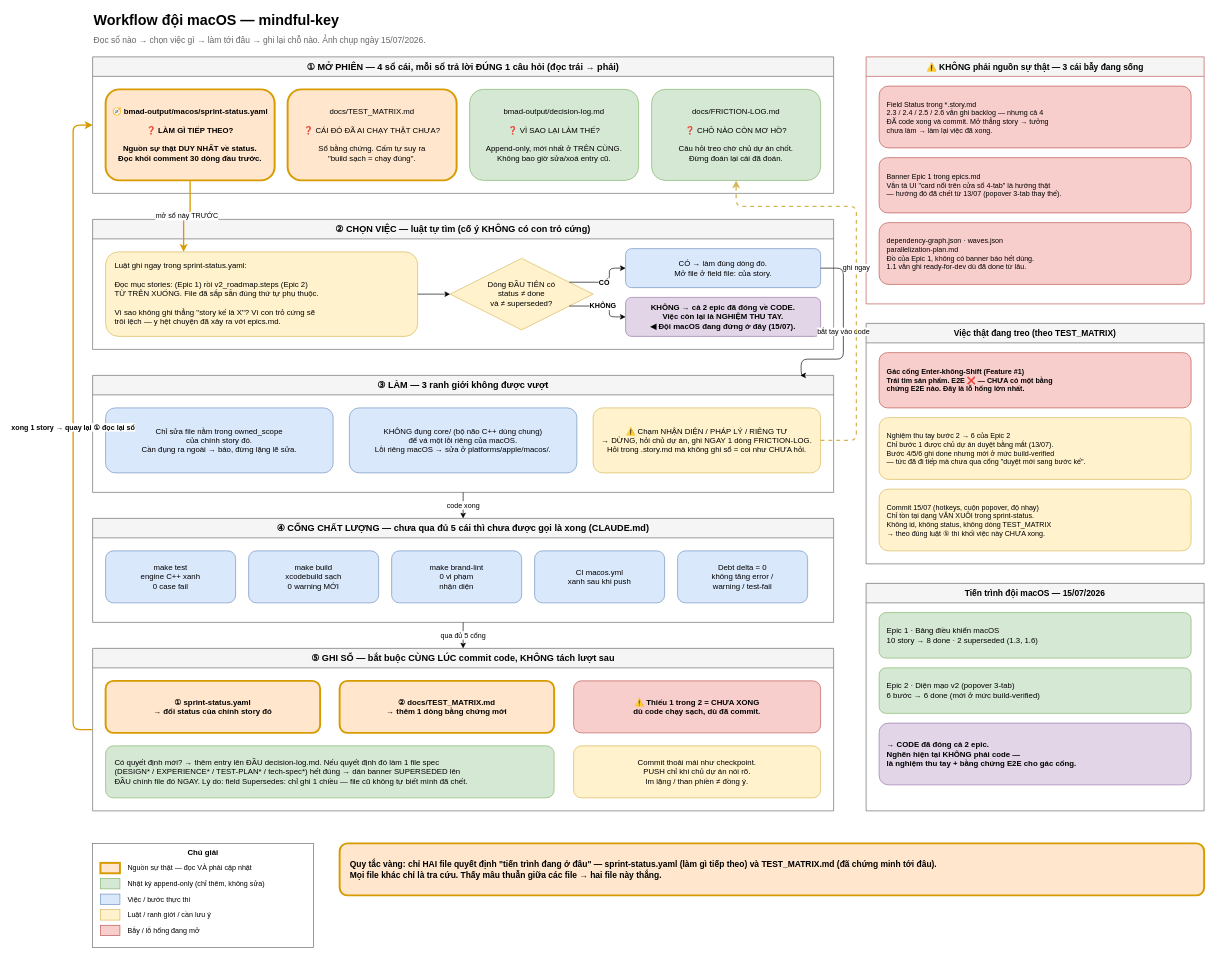
theminh207/mindful-key keeps this draw.io diagram as docs/diagrams/workflow-macos-team.drawio. Above is the earlier version. Source tidied: cells renumbered, new cells numbered last; positions are measured from the earlier drawing's top-left corner, leaving out a move shared by most shapes. Both pictures are drawn from the tidied source at 65%, with x=0, y=0 at pixel (73, 11).
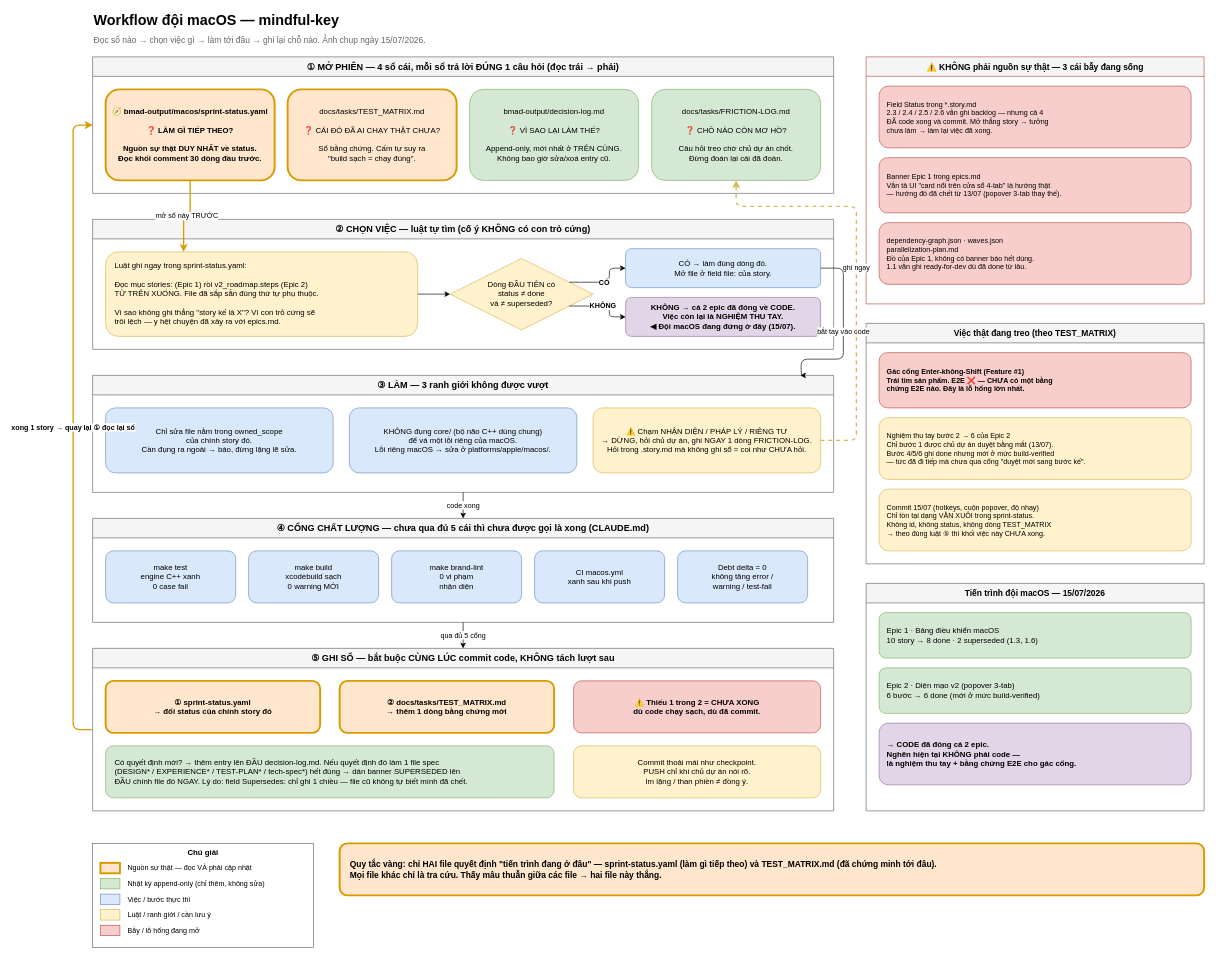
After the change.

Unchanged cells that the change refers to:
```xml
<mxCell id="4" value="① MỞ PHIÊN — 4 sổ cái, mỗi sổ trả lời ĐÚNG 1 câu hỏi (đọc trái → phải)" style="swimlane;startSize=30;whiteSpace=wrap;html=1;fillColor=#f5f5f5;strokeColor=#666666;fontStyle=1;fontSize=14;" parent="1" vertex="1">
  <mxGeometry x="30" y="70" width="1140" height="210" as="geometry" />
</mxCell>
<mxCell id="24" value="⑤ GHI SỔ — bắt buộc CÙNG LÚC commit code, KHÔNG tách lượt sau" style="swimlane;startSize=30;whiteSpace=wrap;html=1;fillColor=#f5f5f5;strokeColor=#666666;fontStyle=1;fontSize=14;" parent="1" vertex="1">
  <mxGeometry x="30" y="980" width="1140" height="250" as="geometry" />
</mxCell>
```

The edit, as a diff of the source:
```diff
@@
-    <mxCell id="6" value="docs/TEST_MATRIX.md&#10;&#10;❓ CÁI ĐÓ ĐÃ AI CHẠY THẬT CHƯA?&#10;&#10;Sổ bằng chứng. Cấm tự suy ra&#10;&quot;build sạch = chạy đúng&quot;." style="rounded=1;whiteSpace=wrap;html=1;fillColor=#ffe6cc;strokeColor=#d79b00;strokeWidth=3;fontSize=12;" parent="4" vertex="1">
+    <mxCell id="6" value="docs/tasks/TEST_MATRIX.md&#10;&#10;❓ CÁI ĐÓ ĐÃ AI CHẠY THẬT CHƯA?&#10;&#10;Sổ bằng chứng. Cấm tự suy ra&#10;&quot;build sạch = chạy đúng&quot;." style="rounded=1;whiteSpace=wrap;html=1;fillColor=#ffe6cc;strokeColor=#d79b00;strokeWidth=3;fontSize=12;" parent="4" vertex="1">
       <mxGeometry x="300" y="50" width="260" height="140" as="geometry" />
     </mxCell>
@@
-    <mxCell id="8" value="docs/FRICTION-LOG.md&#10;&#10;❓ CHỖ NÀO CÒN MƠ HỒ?&#10;&#10;Câu hỏi treo chờ chủ dự án chốt.&#10;Đừng đoán lại cái đã đoán." style="rounded=1;whiteSpace=wrap;html=1;fillColor=#d5e8d4;strokeColor=#82b366;fontSize=12;" parent="4" vertex="1">
+    <mxCell id="8" value="docs/tasks/FRICTION-LOG.md&#10;&#10;❓ CHỖ NÀO CÒN MƠ HỒ?&#10;&#10;Câu hỏi treo chờ chủ dự án chốt.&#10;Đừng đoán lại cái đã đoán." style="rounded=1;whiteSpace=wrap;html=1;fillColor=#d5e8d4;strokeColor=#82b366;fontSize=12;" parent="4" vertex="1">
       <mxGeometry x="860" y="50" width="260" height="140" as="geometry" />
     </mxCell>
@@
-    <mxCell id="26" value="② docs/TEST_MATRIX.md&#10;→ thêm 1 dòng bằng chứng mới" style="rounded=1;whiteSpace=wrap;html=1;fillColor=#ffe6cc;strokeColor=#d79b00;strokeWidth=3;fontSize=12;fontStyle=1;" parent="24" vertex="1">
+    <mxCell id="26" value="② docs/tasks/TEST_MATRIX.md&#10;→ thêm 1 dòng bằng chứng mới" style="rounded=1;whiteSpace=wrap;html=1;fillColor=#ffe6cc;strokeColor=#d79b00;strokeWidth=3;fontSize=12;fontStyle=1;" parent="24" vertex="1">
       <mxGeometry x="380" y="50" width="330" height="80" as="geometry" />
     </mxCell>
```
